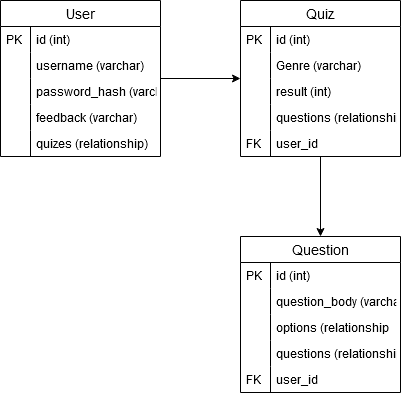
Tonyguo0/CITS3403-Project-2 keeps this draw.io diagram as resources/Game Quiz database Schema.png. Above is the earlier version. Source tidied: cells renumbered, new cells last; positions are measured from the earlier drawing's top-left corner, leaving out a move shared by most shapes.
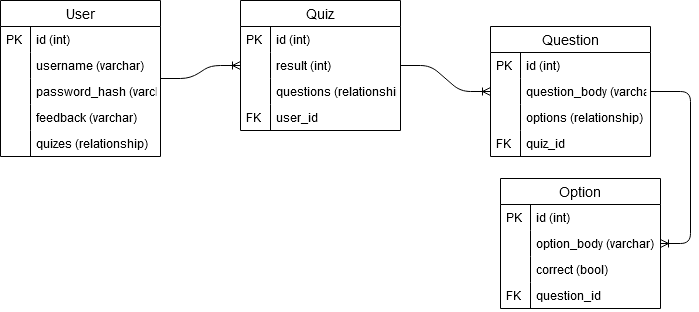
After the change.

Commit message:
Update Game Quiz database Schema with Quiz Question and Option structure

The edit, as a diff of the source:
```diff
@@ -2,9 +2,6 @@
   <root>
     <mxCell id="0" />
     <mxCell id="1" parent="0" />
-    <mxCell id="2" style="edgeStyle=orthogonalEdgeStyle;rounded=0;jettySize=auto;html=1;" parent="1" edge="1" source="3" target="15">
-      <mxGeometry relative="1" as="geometry" />
-    </mxCell>
     <mxCell id="3" value="User" style="swimlane;fontStyle=0;horizontal=1;startSize=26;align=center;fontSize=14;" parent="1" vertex="1">
       <mxGeometry width="160" height="156" as="geometry" />
     </mxCell>
@@ -38,11 +35,8 @@
     <mxCell id="13" style="shape=partialRectangle;top=0;left=0;bottom=0;fillColor=none;align=left;verticalAlign=top;spacingLeft=4;spacingRight=4;overflow=hidden;fontSize=12;" parent="12" vertex="1">
       <mxGeometry width="30" height="26" as="geometry" />
     </mxCell>
-    <mxCell id="14" style="edgeStyle=orthogonalEdgeStyle;rounded=0;jettySize=auto;html=1;" parent="1" edge="1" source="15" target="26">
-      <mxGeometry relative="1" as="geometry" />
-    </mxCell>
     <mxCell id="15" value="Quiz" style="swimlane;fontStyle=0;horizontal=1;startSize=26;align=center;fontSize=14;" parent="1" vertex="1">
-      <mxGeometry x="240" width="160" height="156" as="geometry" />
+      <mxGeometry x="240" width="160" height="130" as="geometry" />
     </mxCell>
     <mxCell id="16" value="id (int)" style="shape=partialRectangle;top=0;left=0;right=0;bottom=0;align=left;verticalAlign=top;fillColor=none;spacingLeft=34;spacingRight=4;overflow=hidden;fontSize=12;" parent="15" vertex="1">
       <mxGeometry y="26" width="160" height="26" as="geometry" />
@@ -50,32 +44,35 @@
     <mxCell id="17" value="PK" style="shape=partialRectangle;top=0;left=0;bottom=0;fillColor=none;align=left;verticalAlign=top;spacingLeft=4;spacingRight=4;overflow=hidden;fontSize=12;" parent="16" vertex="1">
       <mxGeometry width="30" height="26" as="geometry" />
     </mxCell>
-    <mxCell id="18" value="Genre (varchar)" style="shape=partialRectangle;top=0;left=0;right=0;bottom=0;align=left;verticalAlign=top;fillColor=none;spacingLeft=34;spacingRight=4;overflow=hidden;fontSize=12;" parent="15" vertex="1">
-      <mxGeometry y="52" width="160" height="26" as="geometry" />
-    </mxCell>
-    <mxCell id="19" style="shape=partialRectangle;top=0;left=0;bottom=0;fillColor=none;align=left;verticalAlign=top;spacingLeft=4;spacingRight=4;overflow=hidden;fontSize=12;" parent="18" vertex="1">
-      <mxGeometry width="30" height="26" as="geometry" />
-    </mxCell>
     <mxCell id="20" value="result (int)" style="shape=partialRectangle;top=0;left=0;right=0;bottom=0;align=left;verticalAlign=top;fillColor=none;spacingLeft=34;spacingRight=4;overflow=hidden;fontSize=12;" parent="15" vertex="1">
-      <mxGeometry y="78" width="160" height="26" as="geometry" />
+      <mxGeometry y="52" width="160" height="26" as="geometry" />
     </mxCell>
     <mxCell id="21" style="shape=partialRectangle;top=0;left=0;bottom=0;fillColor=none;align=left;verticalAlign=top;spacingLeft=4;spacingRight=4;overflow=hidden;fontSize=12;" parent="20" vertex="1">
       <mxGeometry width="30" height="26" as="geometry" />
     </mxCell>
     <mxCell id="22" value="questions (relationship)" style="shape=partialRectangle;top=0;left=0;right=0;bottom=0;align=left;verticalAlign=top;fillColor=none;spacingLeft=34;spacingRight=4;overflow=hidden;fontSize=12;" parent="15" vertex="1">
-      <mxGeometry y="104" width="160" height="26" as="geometry" />
+      <mxGeometry y="78" width="160" height="26" as="geometry" />
     </mxCell>
     <mxCell id="23" style="shape=partialRectangle;top=0;left=0;bottom=0;fillColor=none;align=left;verticalAlign=top;spacingLeft=4;spacingRight=4;overflow=hidden;fontSize=12;" parent="22" vertex="1">
       <mxGeometry width="30" height="26" as="geometry" />
     </mxCell>
     <mxCell id="24" value="user_id" style="shape=partialRectangle;top=0;left=0;right=0;bottom=0;align=left;verticalAlign=top;fillColor=none;spacingLeft=34;spacingRight=4;overflow=hidden;fontSize=12;" parent="15" vertex="1">
-      <mxGeometry y="130" width="160" height="26" as="geometry" />
+      <mxGeometry y="104" width="160" height="26" as="geometry" />
     </mxCell>
     <mxCell id="25" value="FK" style="shape=partialRectangle;top=0;left=0;bottom=0;fillColor=none;align=left;verticalAlign=top;spacingLeft=4;spacingRight=4;overflow=hidden;fontSize=12;" parent="24" vertex="1">
       <mxGeometry width="30" height="26" as="geometry" />
     </mxCell>
+    <mxCell id="14" style="edgeStyle=entityRelationEdgeStyle;fontSize=12;html=1;endArrow=ERoneToMany;" parent="1" edge="1" source="15" target="26">
+      <mxGeometry relative="1" as="geometry" />
+    </mxCell>
+    <mxCell id="2" style="edgeStyle=entityRelationEdgeStyle;fontSize=12;html=1;endArrow=ERoneToMany;" parent="1" edge="1" source="3" target="15">
+      <mxGeometry relative="1" as="geometry" />
+    </mxCell>
+    <mxCell id="37" style="edgeStyle=entityRelationEdgeStyle;fontSize=12;html=1;endArrow=ERoneToMany;" parent="1" edge="1" source="26" target="38">
+      <mxGeometry relative="1" as="geometry" />
+    </mxCell>
     <mxCell id="26" value="Question" style="swimlane;fontStyle=0;horizontal=1;startSize=26;align=center;fontSize=14;" parent="1" vertex="1">
-      <mxGeometry x="240" y="236" width="160" height="156" as="geometry" />
+      <mxGeometry x="490" y="26" width="160" height="130" as="geometry" />
     </mxCell>
     <mxCell id="27" value="id (int)" style="shape=partialRectangle;top=0;left=0;right=0;bottom=0;align=left;verticalAlign=top;fillColor=none;spacingLeft=34;spacingRight=4;overflow=hidden;fontSize=12;" parent="26" vertex="1">
       <mxGeometry y="26" width="160" height="26" as="geometry" />
@@ -89,22 +86,43 @@
     <mxCell id="30" style="shape=partialRectangle;top=0;left=0;bottom=0;fillColor=none;align=left;verticalAlign=top;spacingLeft=4;spacingRight=4;overflow=hidden;fontSize=12;" parent="29" vertex="1">
       <mxGeometry width="30" height="26" as="geometry" />
     </mxCell>
-    <mxCell id="31" value="options (relationship" style="shape=partialRectangle;top=0;left=0;right=0;bottom=0;align=left;verticalAlign=top;fillColor=none;spacingLeft=34;spacingRight=4;overflow=hidden;fontSize=12;" parent="26" vertex="1">
+    <mxCell id="31" value="options (relationship)" style="shape=partialRectangle;top=0;left=0;right=0;bottom=0;align=left;verticalAlign=top;fillColor=none;spacingLeft=34;spacingRight=4;overflow=hidden;fontSize=12;" parent="26" vertex="1">
       <mxGeometry y="78" width="160" height="26" as="geometry" />
     </mxCell>
     <mxCell id="32" style="shape=partialRectangle;top=0;left=0;bottom=0;fillColor=none;align=left;verticalAlign=top;spacingLeft=4;spacingRight=4;overflow=hidden;fontSize=12;" parent="31" vertex="1">
       <mxGeometry width="30" height="26" as="geometry" />
     </mxCell>
-    <mxCell id="33" value="questions (relationship)" style="shape=partialRectangle;top=0;left=0;right=0;bottom=0;align=left;verticalAlign=top;fillColor=none;spacingLeft=34;spacingRight=4;overflow=hidden;fontSize=12;" parent="26" vertex="1">
+    <mxCell id="33" value="quiz_id" style="shape=partialRectangle;top=0;left=0;right=0;bottom=0;align=left;verticalAlign=top;fillColor=none;spacingLeft=34;spacingRight=4;overflow=hidden;fontSize=12;" parent="26" vertex="1">
       <mxGeometry y="104" width="160" height="26" as="geometry" />
     </mxCell>
-    <mxCell id="34" style="shape=partialRectangle;top=0;left=0;bottom=0;fillColor=none;align=left;verticalAlign=top;spacingLeft=4;spacingRight=4;overflow=hidden;fontSize=12;" parent="33" vertex="1">
+    <mxCell id="34" value="FK" style="shape=partialRectangle;top=0;left=0;bottom=0;fillColor=none;align=left;verticalAlign=top;spacingLeft=4;spacingRight=4;overflow=hidden;fontSize=12;" parent="33" vertex="1">
       <mxGeometry width="30" height="26" as="geometry" />
     </mxCell>
-    <mxCell id="35" value="user_id" style="shape=partialRectangle;top=0;left=0;right=0;bottom=0;align=left;verticalAlign=top;fillColor=none;spacingLeft=34;spacingRight=4;overflow=hidden;fontSize=12;" parent="26" vertex="1">
-      <mxGeometry y="130" width="160" height="26" as="geometry" />
-    </mxCell>
+    <mxCell id="38" value="Option" style="swimlane;fontStyle=0;horizontal=1;startSize=26;align=center;fontSize=14;" parent="1" vertex="1">
+      <mxGeometry x="500" y="178" width="160" height="130" as="geometry" />
+    </mxCell>
+    <mxCell id="39" value="id (int)" style="shape=partialRectangle;top=0;left=0;right=0;bottom=0;align=left;verticalAlign=top;fillColor=none;spacingLeft=34;spacingRight=4;overflow=hidden;fontSize=12;" parent="38" vertex="1">
+      <mxGeometry y="26" width="160" height="26" as="geometry" />
+    </mxCell>
+    <mxCell id="40" value="PK" style="shape=partialRectangle;top=0;left=0;bottom=0;fillColor=none;align=left;verticalAlign=top;spacingLeft=4;spacingRight=4;overflow=hidden;fontSize=12;" parent="39" vertex="1">
+      <mxGeometry width="30" height="26" as="geometry" />
+    </mxCell>
+    <mxCell id="41" value="option_body (varchar)" style="shape=partialRectangle;top=0;left=0;right=0;bottom=0;align=left;verticalAlign=top;fillColor=none;spacingLeft=34;spacingRight=4;overflow=hidden;fontSize=12;" parent="38" vertex="1">
+      <mxGeometry y="52" width="160" height="26" as="geometry" />
+    </mxCell>
+    <mxCell id="42" style="shape=partialRectangle;top=0;left=0;bottom=0;fillColor=none;align=left;verticalAlign=top;spacingLeft=4;spacingRight=4;overflow=hidden;fontSize=12;" parent="41" vertex="1">
+      <mxGeometry width="30" height="26" as="geometry" />
+    </mxCell>
+    <mxCell id="43" value="correct (bool)" style="shape=partialRectangle;top=0;left=0;right=0;bottom=0;align=left;verticalAlign=top;fillColor=none;spacingLeft=34;spacingRight=4;overflow=hidden;fontSize=12;" parent="38" vertex="1">
+      <mxGeometry y="78" width="160" height="26" as="geometry" />
+    </mxCell>
+    <mxCell id="44" style="shape=partialRectangle;top=0;left=0;bottom=0;fillColor=none;align=left;verticalAlign=top;spacingLeft=4;spacingRight=4;overflow=hidden;fontSize=12;" parent="43" vertex="1">
+      <mxGeometry width="30" height="26" as="geometry" />
+    </mxCell>
+    <mxCell id="45" value="question_id" style="shape=partialRectangle;top=0;left=0;right=0;bottom=0;align=left;verticalAlign=top;fillColor=none;spacingLeft=34;spacingRight=4;overflow=hidden;fontSize=12;" parent="38" vertex="1">
+      <mxGeometry y="104" width="160" height="26" as="geometry" />
+    </mxCell>
-    <mxCell id="36" value="FK" style="shape=partialRectangle;top=0;left=0;bottom=0;fillColor=none;align=left;verticalAlign=top;spacingLeft=4;spacingRight=4;overflow=hidden;fontSize=12;" parent="35" vertex="1">
+    <mxCell id="36" value="FK" style="shape=partialRectangle;top=0;left=0;bottom=0;fillColor=none;align=left;verticalAlign=top;spacingLeft=4;spacingRight=4;overflow=hidden;fontSize=12;" parent="45" vertex="1">
       <mxGeometry width="30" height="26" as="geometry" />
     </mxCell>
   </root>
```
